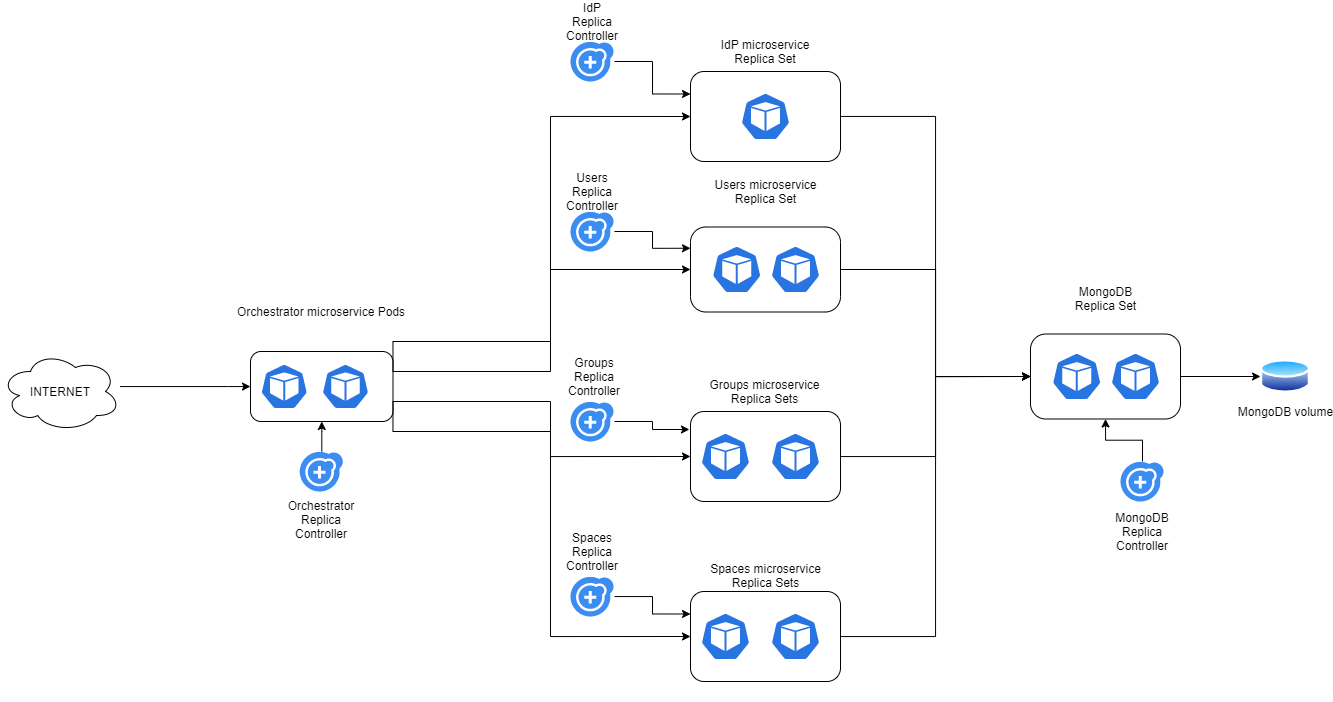
Above: deployment/documentation/gr05-architecture.png in dadebulba/APIatori (draw.io), before the change. Source tidied: cells renumbered, new cells last; positions are measured from the earlier drawing's top-left corner, leaving out a move shared by most shapes.
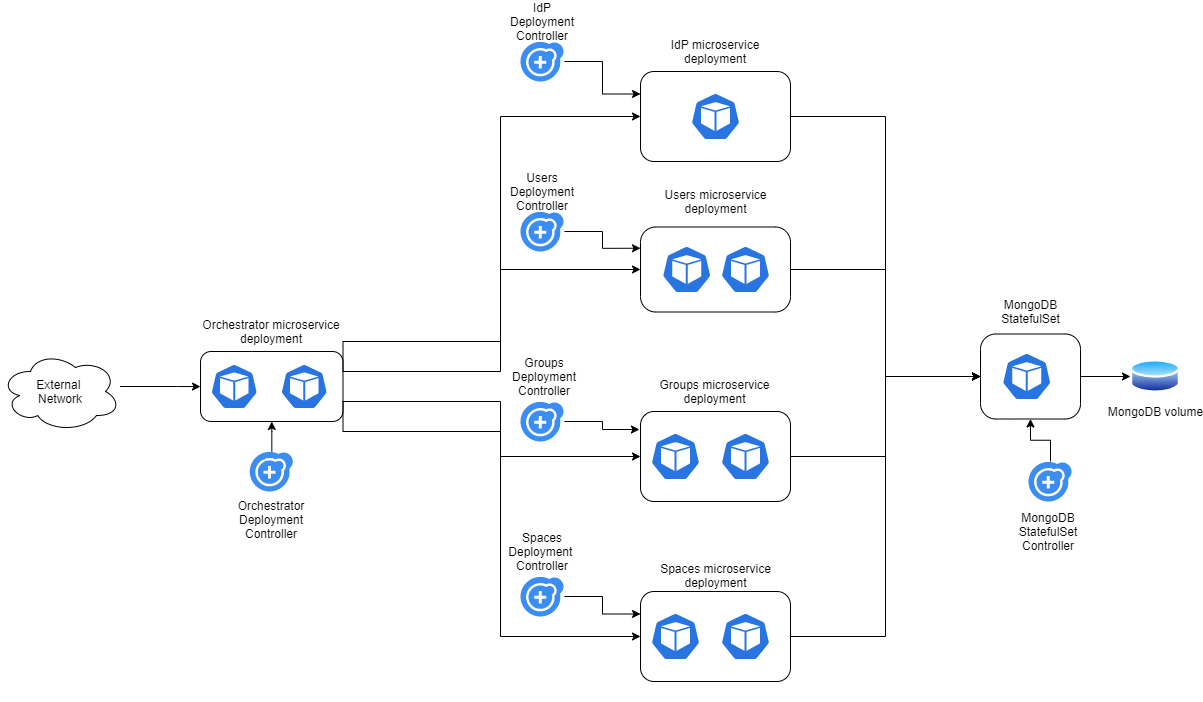
After the change.

Change to the diagram source:
```diff
@@ -11,8 +11,8 @@
         </Array>
       </mxGeometry>
     </mxCell>
-    <mxCell id="3" value="INTERNET" style="ellipse;shape=cloud;whiteSpace=wrap;html=1;" parent="1" vertex="1">
-      <mxGeometry y="350" width="120" height="80" as="geometry" />
+    <mxCell id="3" value="External &lt;br&gt;Network" style="ellipse;shape=cloud;whiteSpace=wrap;html=1;" parent="1" vertex="1">
+      <mxGeometry x="50" y="350" width="120" height="80" as="geometry" />
     </mxCell>
     <mxCell id="4" style="group;" parent="1" vertex="1">
       <mxGeometry x="690" width="150" height="160" as="geometry" />
@@ -23,7 +23,7 @@
     <mxCell id="6" style="html=1;dashed=0;whitespace=wrap;fillColor=#2875E2;strokeColor=#ffffff;shape=mxgraph.kubernetes.icon;prIcon=pod;" parent="4" vertex="1">
       <mxGeometry x="50" y="91" width="50" height="48" as="geometry" />
     </mxCell>
-    <mxCell id="7" value="IdP microservice Replica Set" style="text;html=1;strokeColor=none;fillColor=none;align=center;verticalAlign=middle;whiteSpace=wrap;rounded=0;" parent="4" vertex="1">
+    <mxCell id="7" value="IdP microservice deployment" style="text;html=1;strokeColor=none;fillColor=none;align=center;verticalAlign=middle;whiteSpace=wrap;rounded=0;" parent="4" vertex="1">
       <mxGeometry x="21.2" y="40" width="107.5" height="20" as="geometry" />
     </mxCell>
     <mxCell id="8" style="group;" parent="1" vertex="1">
@@ -38,8 +38,8 @@
     <mxCell id="11" style="html=1;dashed=0;whitespace=wrap;fillColor=#2875E2;strokeColor=#ffffff;shape=mxgraph.kubernetes.icon;prIcon=pod;" parent="8" vertex="1">
       <mxGeometry x="80" y="61" width="50" height="48" as="geometry" />
     </mxCell>
-    <mxCell id="12" value="Users microservice Replica Set" style="text;html=1;strokeColor=none;fillColor=none;align=center;verticalAlign=middle;whiteSpace=wrap;rounded=0;" parent="8" vertex="1">
-      <mxGeometry x="21.2" y="-3" width="108.8" height="20" as="geometry" />
+    <mxCell id="12" value="Users microservice deployment" style="text;html=1;strokeColor=none;fillColor=none;align=center;verticalAlign=middle;whiteSpace=wrap;rounded=0;" parent="8" vertex="1">
+      <mxGeometry x="21.2" y="7" width="108.8" height="20" as="geometry" />
     </mxCell>
     <mxCell id="13" style="group;" parent="1" vertex="1">
       <mxGeometry x="690" y="370" width="150" height="150" as="geometry" />
@@ -53,7 +53,7 @@
     <mxCell id="16" style="html=1;dashed=0;whitespace=wrap;fillColor=#2875E2;strokeColor=#ffffff;shape=mxgraph.kubernetes.icon;prIcon=pod;" parent="13" vertex="1">
       <mxGeometry x="80" y="61" width="50" height="48" as="geometry" />
     </mxCell>
-    <mxCell id="17" value="Groups microservice Replica Sets" style="text;html=1;strokeColor=none;fillColor=none;align=center;verticalAlign=middle;whiteSpace=wrap;rounded=0;" parent="13" vertex="1">
+    <mxCell id="17" value="Groups microservice deployment" style="text;html=1;strokeColor=none;fillColor=none;align=center;verticalAlign=middle;whiteSpace=wrap;rounded=0;" parent="13" vertex="1">
       <mxGeometry y="10" width="148.8" height="20" as="geometry" />
     </mxCell>
     <mxCell id="18" style="group;" parent="1" vertex="1">
@@ -68,7 +68,7 @@
     <mxCell id="21" style="html=1;dashed=0;whitespace=wrap;fillColor=#2875E2;strokeColor=#ffffff;shape=mxgraph.kubernetes.icon;prIcon=pod;" parent="18" vertex="1">
       <mxGeometry x="80" y="61" width="50" height="48" as="geometry" />
     </mxCell>
-    <mxCell id="22" value="Spaces microservice Replica Sets" style="text;html=1;strokeColor=none;fillColor=none;align=center;verticalAlign=middle;whiteSpace=wrap;rounded=0;" parent="18" vertex="1">
+    <mxCell id="22" value="Spaces microservice deployment" style="text;html=1;strokeColor=none;fillColor=none;align=center;verticalAlign=middle;whiteSpace=wrap;rounded=0;" parent="18" vertex="1">
       <mxGeometry x="5.6" y="14" width="138.8" height="20" as="geometry" />
     </mxCell>
     <mxCell id="23" style="group;" parent="1" vertex="1">
@@ -81,10 +81,10 @@
       <mxGeometry x="10" y="61" width="47.5" height="48" as="geometry" />
     </mxCell>
     <mxCell id="26" style="html=1;dashed=0;whitespace=wrap;fillColor=#2875E2;strokeColor=#ffffff;shape=mxgraph.kubernetes.icon;prIcon=pod;" parent="23" vertex="1">
-      <mxGeometry x="71.2" y="61" width="47.5" height="48" as="geometry" />
+      <mxGeometry x="80" y="61" width="47.5" height="48" as="geometry" />
     </mxCell>
-    <mxCell id="27" value="Orchestrator microservice Pods" style="text;html=1;strokeColor=none;fillColor=none;align=center;verticalAlign=middle;whiteSpace=wrap;rounded=0;" parent="23" vertex="1">
-      <mxGeometry x="-27.9" width="198.3" height="20" as="geometry" />
+    <mxCell id="27" value="Orchestrator microservice deployment" style="text;html=1;strokeColor=none;fillColor=none;align=center;verticalAlign=middle;whiteSpace=wrap;rounded=0;" parent="23" vertex="1">
+      <mxGeometry x="-27.9" y="20" width="198.3" height="20" as="geometry" />
     </mxCell>
     <mxCell id="28" style="edgeStyle=orthogonalEdgeStyle;rounded=0;jettySize=auto;html=1;entryX=0;entryY=0.5;entryDx=0;entryDy=0;exitX=1;exitY=0.25;exitDx=0;exitDy=0;" parent="1" edge="1" source="24" target="5">
       <mxGeometry relative="1" as="geometry">
@@ -146,20 +146,20 @@
     <mxCell id="39" style="html=1;strokeColor=none;shadow=0;align=center;verticalAlign=top;fillColor=#3B8DF1;shape=mxgraph.gcp2.replication_controller;" parent="1" vertex="1">
       <mxGeometry x="570" y="575" width="44" height="40" as="geometry" />
     </mxCell>
-    <mxCell id="40" value="IdP Replica Controller" style="text;html=1;strokeColor=none;fillColor=none;align=center;verticalAlign=middle;whiteSpace=wrap;rounded=0;" parent="1" vertex="1">
+    <mxCell id="40" value="IdP Deployment Controller" style="text;html=1;strokeColor=none;fillColor=none;align=center;verticalAlign=middle;whiteSpace=wrap;rounded=0;" parent="1" vertex="1">
       <mxGeometry x="572" y="10" width="40" height="20" as="geometry" />
     </mxCell>
-    <mxCell id="41" value="Users Replica Controller" style="text;html=1;strokeColor=none;fillColor=none;align=center;verticalAlign=middle;whiteSpace=wrap;rounded=0;" parent="1" vertex="1">
+    <mxCell id="41" value="Users Deployment Controller" style="text;html=1;strokeColor=none;fillColor=none;align=center;verticalAlign=middle;whiteSpace=wrap;rounded=0;" parent="1" vertex="1">
       <mxGeometry x="572" y="180" width="40" height="20" as="geometry" />
     </mxCell>
-    <mxCell id="42" value="Groups Replica Controller" style="text;html=1;strokeColor=none;fillColor=none;align=center;verticalAlign=middle;whiteSpace=wrap;rounded=0;" parent="1" vertex="1">
+    <mxCell id="42" value="Groups Deployment Controller" style="text;html=1;strokeColor=none;fillColor=none;align=center;verticalAlign=middle;whiteSpace=wrap;rounded=0;" parent="1" vertex="1">
       <mxGeometry x="574" y="365" width="40" height="20" as="geometry" />
     </mxCell>
-    <mxCell id="43" value="Spaces Replica Controller" style="text;html=1;strokeColor=none;fillColor=none;align=center;verticalAlign=middle;whiteSpace=wrap;rounded=0;" parent="1" vertex="1">
+    <mxCell id="43" value="Spaces Deployment&amp;nbsp; Controller" style="text;html=1;strokeColor=none;fillColor=none;align=center;verticalAlign=middle;whiteSpace=wrap;rounded=0;" parent="1" vertex="1">
       <mxGeometry x="572" y="540" width="40" height="20" as="geometry" />
     </mxCell>
     <mxCell id="44" value="MongoDB volume" style="perimeter=ellipsePerimeter;html=1;align=center;shadow=0;dashed=0;spacingTop=3;image;image=img/lib/active_directory/database.svg;" parent="1" vertex="1">
-      <mxGeometry x="1260" y="356.5" width="50" height="37" as="geometry" />
+      <mxGeometry x="1180" y="356.5" width="50" height="37" as="geometry" />
     </mxCell>
     <mxCell id="45" style="edgeStyle=orthogonalEdgeStyle;rounded=0;jettySize=auto;html=1;entryX=0;entryY=0.5;entryDx=0;entryDy=0;exitX=1;exitY=0.5;exitDx=0;exitDy=0;" parent="1" edge="1" source="50" target="44">
       <mxGeometry relative="1" as="geometry" />
@@ -170,32 +170,29 @@
     <mxCell id="47" style="html=1;strokeColor=none;shadow=0;align=center;verticalAlign=top;fillColor=#3B8DF1;shape=mxgraph.gcp2.replication_controller;" parent="1" vertex="1">
       <mxGeometry x="299.3" y="450" width="44" height="40" as="geometry" />
     </mxCell>
-    <mxCell id="48" value="Orchestrator Replica Controller" style="text;html=1;strokeColor=none;fillColor=none;align=center;verticalAlign=middle;whiteSpace=wrap;rounded=0;" parent="1" vertex="1">
+    <mxCell id="48" value="Orchestrator Deployment Controller" style="text;html=1;strokeColor=none;fillColor=none;align=center;verticalAlign=middle;whiteSpace=wrap;rounded=0;" parent="1" vertex="1">
       <mxGeometry x="301.2" y="508" width="40" height="20" as="geometry" />
     </mxCell>
     <mxCell id="49" style="group;" parent="1" vertex="1">
       <mxGeometry x="1030" y="290" width="150" height="150" as="geometry" />
     </mxCell>
     <mxCell id="50" style="rounded=1;whiteSpace=wrap;html=1;arcSize=18;" parent="49" vertex="1">
-      <mxGeometry y="42.5" width="150" height="85" as="geometry" />
+      <mxGeometry y="42.5" width="100" height="85" as="geometry" />
     </mxCell>
     <mxCell id="51" style="html=1;dashed=0;whitespace=wrap;fillColor=#2875E2;strokeColor=#ffffff;shape=mxgraph.kubernetes.icon;prIcon=pod;" parent="49" vertex="1">
       <mxGeometry x="21.2" y="61" width="50" height="48" as="geometry" />
     </mxCell>
-    <mxCell id="52" style="html=1;dashed=0;whitespace=wrap;fillColor=#2875E2;strokeColor=#ffffff;shape=mxgraph.kubernetes.icon;prIcon=pod;" parent="49" vertex="1">
-      <mxGeometry x="80" y="61" width="50" height="48" as="geometry" />
-    </mxCell>
-    <mxCell id="53" value="MongoDB&lt;br&gt;Replica Set" style="text;html=1;strokeColor=none;fillColor=none;align=center;verticalAlign=middle;whiteSpace=wrap;rounded=0;" parent="49" vertex="1">
-      <mxGeometry x="21.2" y="-3" width="108.8" height="20" as="geometry" />
+    <mxCell id="53" value="MongoDB&lt;br&gt;StatefulSet" style="text;html=1;strokeColor=none;fillColor=none;align=center;verticalAlign=middle;whiteSpace=wrap;rounded=0;" parent="49" vertex="1">
+      <mxGeometry x="-4.4" y="10" width="108.8" height="20" as="geometry" />
     </mxCell>
     <mxCell id="54" style="edgeStyle=orthogonalEdgeStyle;rounded=0;jettySize=auto;html=1;" parent="1" edge="1" source="55" target="50">
       <mxGeometry relative="1" as="geometry" />
     </mxCell>
     <mxCell id="55" style="html=1;strokeColor=none;shadow=0;align=center;verticalAlign=top;fillColor=#3B8DF1;shape=mxgraph.gcp2.replication_controller;" parent="1" vertex="1">
-      <mxGeometry x="1120" y="460" width="44" height="40" as="geometry" />
+      <mxGeometry x="1078" y="460" width="44" height="40" as="geometry" />
     </mxCell>
-    <mxCell id="56" value="MongoDB Replica Controller" style="text;html=1;strokeColor=none;fillColor=none;align=center;verticalAlign=middle;whiteSpace=wrap;rounded=0;" parent="1" vertex="1">
-      <mxGeometry x="1122" y="520" width="40" height="20" as="geometry" />
+    <mxCell id="56" value="MongoDB StatefulSet &lt;br&gt;Controller" style="text;html=1;strokeColor=none;fillColor=none;align=center;verticalAlign=middle;whiteSpace=wrap;rounded=0;" parent="1" vertex="1">
+      <mxGeometry x="1078" y="520" width="40" height="20" as="geometry" />
     </mxCell>
     <mxCell id="57" style="edgeStyle=orthogonalEdgeStyle;rounded=0;jettySize=auto;html=1;entryX=0;entryY=0.5;entryDx=0;entryDy=0;" parent="1" edge="1" source="5" target="50">
       <mxGeometry relative="1" as="geometry" />
```
